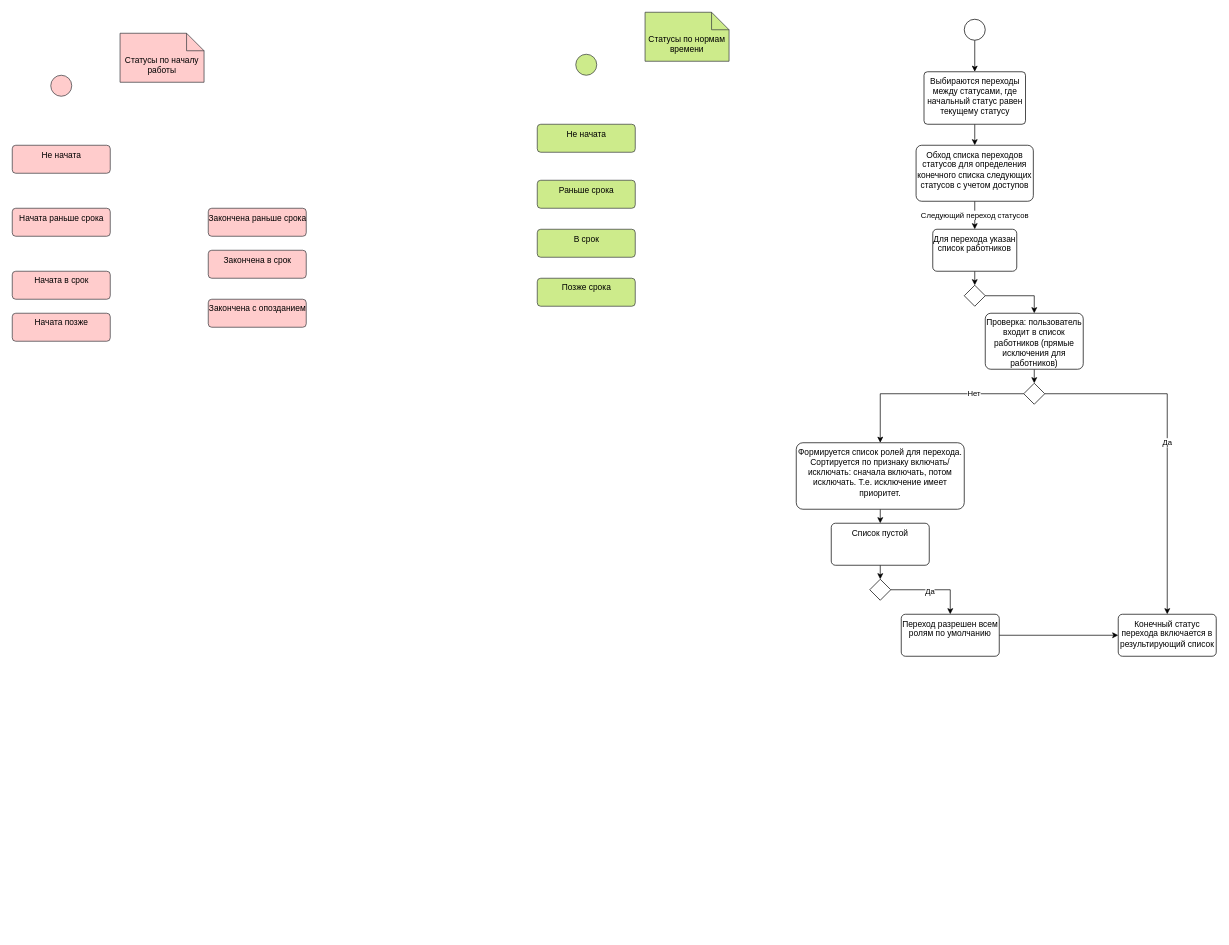
Above: page "Статусы документа" (6 of 6) of Рабочее задание.drawio in tvolodi/abitech (draw.io), before the change. Source tidied: cells renumbered, new cells numbered last; positions are measured from the earlier drawing's top-left corner, leaving out a move shared by most shapes. Both pictures are drawn from the tidied source at 70%, with x=0, y=0 at pixel (12, 12).
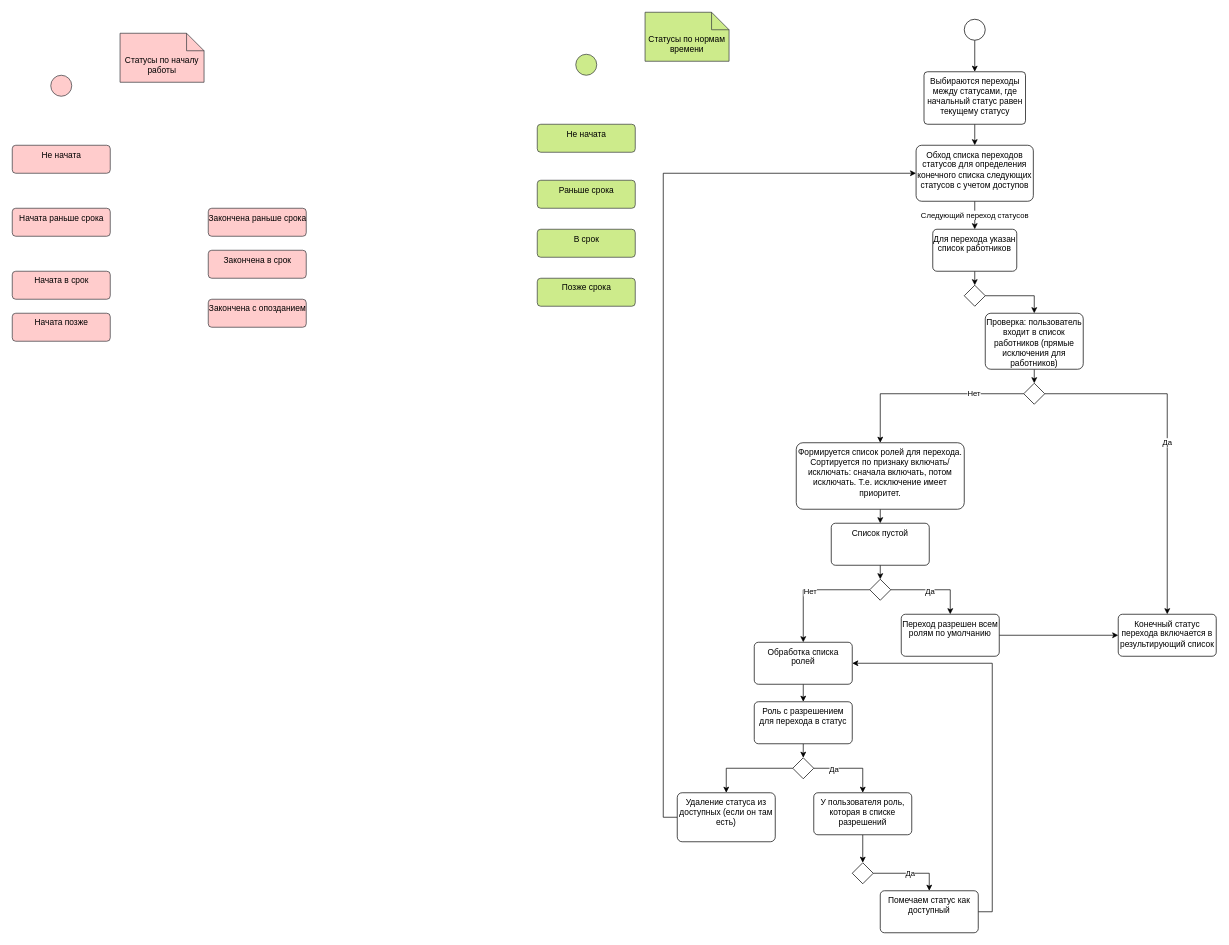
After the change.

The change refers to these unchanged cells:
```xml
<mxCell id="22" value="Обход списка переходов статусов для определения конечного списка следующих статусов с учетом доступов" style="whiteSpace=wrap;html=1;verticalAlign=top;rounded=1;arcSize=10;dashed=0;" parent="1" vertex="1">
  <mxGeometry x="1291.2" y="190" width="167.5" height="80" as="geometry" />
</mxCell>
<mxCell id="40" style="rhombus;" parent="1" vertex="1">
  <mxGeometry x="1225" y="810" width="30" height="30" as="geometry" />
</mxCell>
```

Change to the diagram source:
```diff
@@
+    <mxCell id="43" style="edgeStyle=orthogonalEdgeStyle;rounded=0;jettySize=auto;html=1;exitX=0;exitY=0.5;exitDx=0;exitDy=0;" parent="1" edge="1" source="40" target="60">
+      <mxGeometry relative="1" as="geometry" />
+    </mxCell>
+    <mxCell id="44" value="Нет" style="edgeLabel;html=1;align=center;verticalAlign=middle;" parent="43" vertex="1">
+      <mxGeometry x="0.01" y="2" relative="1" as="geometry" />
+    </mxCell>
@@
+    <mxCell id="45" style="edgeStyle=orthogonalEdgeStyle;rounded=0;jettySize=auto;html=1;exitX=0.5;exitY=1;exitDx=0;exitDy=0;entryX=0.5;entryY=0;entryDx=0;entryDy=0;" parent="1" edge="1" source="46" target="50">
+      <mxGeometry relative="1" as="geometry" />
+    </mxCell>
+    <mxCell id="46" value="Роль с разрешением для перехода в статус" style="whiteSpace=wrap;html=1;verticalAlign=top;rounded=1;arcSize=10;dashed=0;" parent="1" vertex="1">
+      <mxGeometry x="1060" y="985" width="140" height="60" as="geometry" />
+    </mxCell>
+    <mxCell id="47" style="edgeStyle=orthogonalEdgeStyle;rounded=0;jettySize=auto;html=1;exitX=1;exitY=0.5;exitDx=0;exitDy=0;entryX=0.5;entryY=0;entryDx=0;entryDy=0;" parent="1" edge="1" source="50" target="52">
+      <mxGeometry relative="1" as="geometry" />
+    </mxCell>
+    <mxCell id="48" value="Да" style="edgeLabel;html=1;align=center;verticalAlign=middle;" parent="47" vertex="1">
+      <mxGeometry x="-0.47" y="-1" relative="1" as="geometry" />
+    </mxCell>
+    <mxCell id="49" style="edgeStyle=orthogonalEdgeStyle;rounded=0;jettySize=auto;html=1;exitX=0;exitY=0.5;exitDx=0;exitDy=0;entryX=0.5;entryY=0;entryDx=0;entryDy=0;" parent="1" edge="1" source="50" target="58">
+      <mxGeometry relative="1" as="geometry" />
+    </mxCell>
+    <mxCell id="50" style="rhombus;" parent="1" vertex="1">
+      <mxGeometry x="1115" y="1065" width="30" height="30" as="geometry" />
+    </mxCell>
+    <mxCell id="51" style="edgeStyle=orthogonalEdgeStyle;rounded=0;jettySize=auto;html=1;exitX=0.5;exitY=1;exitDx=0;exitDy=0;entryX=0.5;entryY=0;entryDx=0;entryDy=0;" parent="1" edge="1" source="52" target="54">
+      <mxGeometry relative="1" as="geometry" />
+    </mxCell>
+    <mxCell id="52" value="У пользователя роль, которая в списке разрешений" style="whiteSpace=wrap;html=1;verticalAlign=top;rounded=1;arcSize=10;dashed=0;" parent="1" vertex="1">
+      <mxGeometry x="1145" y="1115" width="140" height="60" as="geometry" />
+    </mxCell>
+    <mxCell id="53" value="Да" style="edgeStyle=orthogonalEdgeStyle;rounded=0;jettySize=auto;html=1;exitX=1;exitY=0.5;exitDx=0;exitDy=0;entryX=0.5;entryY=0;entryDx=0;entryDy=0;" parent="1" edge="1" source="54" target="56">
+      <mxGeometry relative="1" as="geometry" />
+    </mxCell>
+    <mxCell id="54" style="rhombus;" parent="1" vertex="1">
+      <mxGeometry x="1200" y="1215" width="30" height="30" as="geometry" />
+    </mxCell>
+    <mxCell id="55" style="edgeStyle=orthogonalEdgeStyle;rounded=0;jettySize=auto;html=1;exitX=1;exitY=0.5;exitDx=0;exitDy=0;entryX=1;entryY=0.5;entryDx=0;entryDy=0;" parent="1" edge="1" source="56" target="60">
+      <mxGeometry relative="1" as="geometry" />
+    </mxCell>
+    <mxCell id="56" value="Помечаем статус как доступный" style="whiteSpace=wrap;html=1;verticalAlign=top;rounded=1;arcSize=10;dashed=0;" parent="1" vertex="1">
+      <mxGeometry x="1240" y="1255" width="140" height="60" as="geometry" />
+    </mxCell>
+    <mxCell id="57" style="edgeStyle=orthogonalEdgeStyle;rounded=0;jettySize=auto;html=1;exitX=0;exitY=0.5;exitDx=0;exitDy=0;entryX=0;entryY=0.5;entryDx=0;entryDy=0;" parent="1" edge="1" source="58" target="22">
+      <mxGeometry relative="1" as="geometry" />
+    </mxCell>
+    <mxCell id="58" value="Удаление статуса из доступных (если он там есть)" style="whiteSpace=wrap;html=1;verticalAlign=top;rounded=1;arcSize=10;dashed=0;" parent="1" vertex="1">
+      <mxGeometry x="950" y="1115" width="140" height="70" as="geometry" />
+    </mxCell>
+    <mxCell id="59" style="edgeStyle=orthogonalEdgeStyle;rounded=0;jettySize=auto;html=1;exitX=0.5;exitY=1;exitDx=0;exitDy=0;entryX=0.5;entryY=0;entryDx=0;entryDy=0;" parent="1" edge="1" source="60" target="46">
+      <mxGeometry relative="1" as="geometry" />
+    </mxCell>
+    <mxCell id="60" value="Обработка списка ролей" style="whiteSpace=wrap;html=1;verticalAlign=top;rounded=1;arcSize=10;dashed=0;" parent="1" vertex="1">
+      <mxGeometry x="1060" y="900" width="140" height="60" as="geometry" />
+    </mxCell>
```
